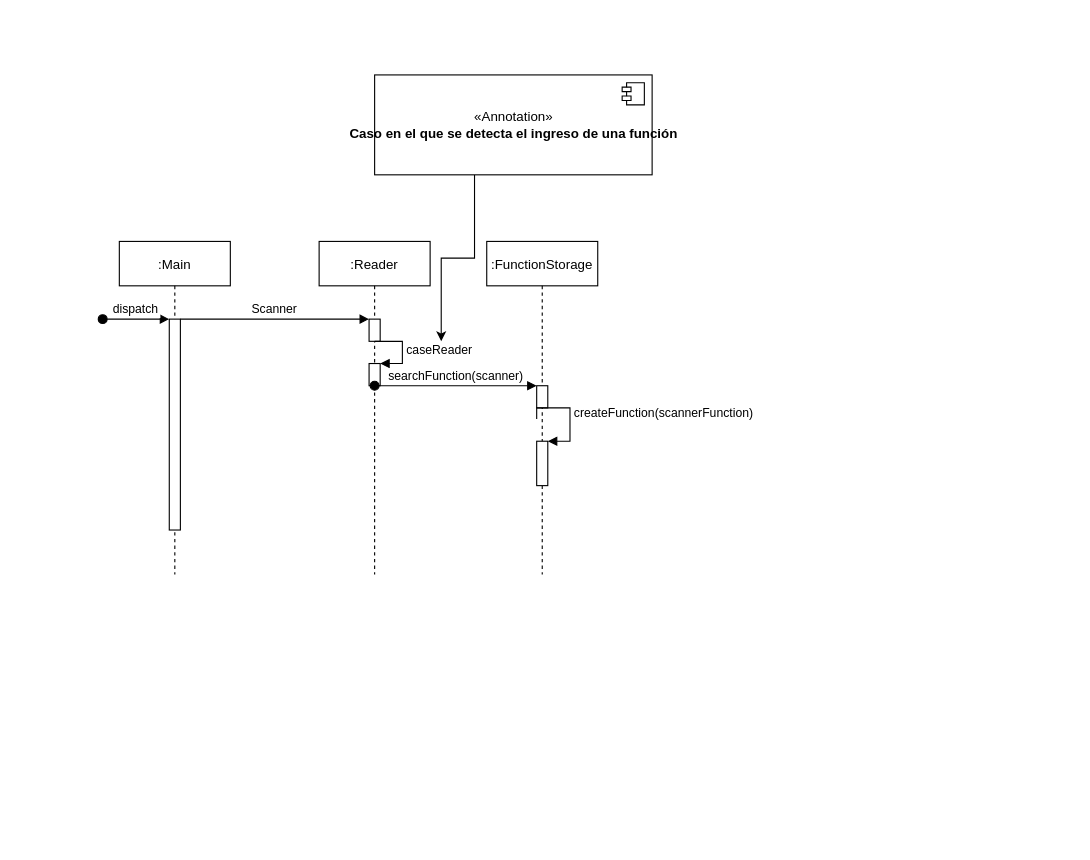
This is SequenceDiagram.drawio from DiggsPapu/Proyect1_Lisp_Interpreter, a draw.io file, before an edit. Source tidied: cells renumbered, new cells numbered last; positions are measured from the earlier drawing's top-left corner, leaving out a move shared by most shapes. Both pictures are drawn from the tidied source at 111%, with x=0, y=0 at pixel (102, 74).
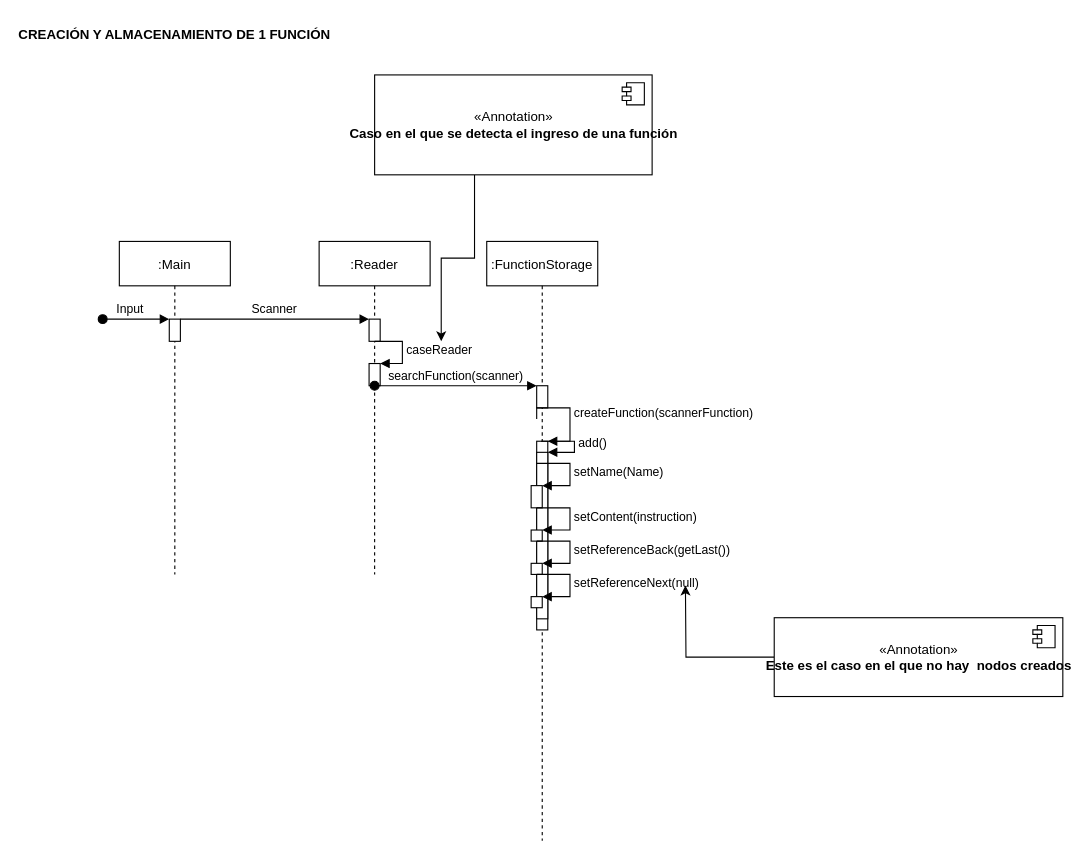
The same diagram, later.

Unchanged cells that the change refers to:
```xml
<mxCell id="2" value=":Main" style="shape=umlLifeline;perimeter=lifelinePerimeter;rounded=0;shadow=0;strokeWidth=1;" parent="1" vertex="1">
  <mxGeometry x="15" y="150" width="100" height="300" as="geometry" />
</mxCell>
```

Change to the diagram source:
```diff
@@
     <mxCell id="3" style="points=[];perimeter=orthogonalPerimeter;rounded=0;shadow=0;strokeWidth=1;" parent="2" vertex="1">
-      <mxGeometry x="45" y="70" width="10" height="190" as="geometry" />
+      <mxGeometry x="45" y="70" width="10" height="20" as="geometry" />
     </mxCell>
-    <mxCell id="4" value="dispatch" style="verticalAlign=bottom;startArrow=oval;endArrow=block;startSize=8;shadow=0;strokeWidth=1;" parent="2" edge="1" target="3">
-      <mxGeometry relative="1" as="geometry">
+    <mxCell id="4" value="Input" style="verticalAlign=bottom;startArrow=oval;endArrow=block;startSize=8;shadow=0;strokeWidth=1;" parent="2" edge="1" target="3">
+      <mxGeometry x="-0.17" relative="1" as="geometry">
         <mxPoint x="-15" y="70" as="sourcePoint" />
       </mxGeometry>
     </mxCell>
@@
     <mxCell id="10" value=":FunctionStorage" style="shape=umlLifeline;perimeter=lifelinePerimeter;rounded=0;shadow=0;strokeWidth=1;" parent="1" vertex="1">
-      <mxGeometry x="346" y="150" width="100" height="300" as="geometry" />
+      <mxGeometry x="346" y="150" width="100" height="540" as="geometry" />
     </mxCell>
+    <mxCell id="12" style="html=1;points=[];perimeter=orthogonalPerimeter;" parent="10" vertex="1">
+      <mxGeometry x="45" y="180" width="10" height="170" as="geometry" />
+    </mxCell>
+    <mxCell id="18" style="html=1;points=[];perimeter=orthogonalPerimeter;" parent="10" vertex="1">
+      <mxGeometry x="45" y="190" width="10" height="150" as="geometry" />
+    </mxCell>
@@
-    <mxCell id="12" style="html=1;points=[];perimeter=orthogonalPerimeter;" parent="10" vertex="1">
-      <mxGeometry x="45" y="180" width="10" height="40" as="geometry" />
-    </mxCell>
@@
+    <mxCell id="19" style="html=1;points=[];perimeter=orthogonalPerimeter;" parent="10" vertex="1">
+      <mxGeometry x="40" y="220" width="10" height="20" as="geometry" />
+    </mxCell>
+    <mxCell id="20" value="setName(Name)" style="edgeStyle=orthogonalEdgeStyle;html=1;align=left;spacingLeft=2;endArrow=block;rounded=0;entryX=1;entryY=0;" parent="10" edge="1" target="19">
+      <mxGeometry relative="1" as="geometry">
+        <mxPoint x="45" y="200" as="sourcePoint" />
+        <Array as="points">
+          <mxPoint x="75" y="200" />
+        </Array>
+      </mxGeometry>
+    </mxCell>
+    <mxCell id="21" style="html=1;points=[];perimeter=orthogonalPerimeter;" parent="10" vertex="1">
+      <mxGeometry x="40" y="260" width="10" height="10" as="geometry" />
+    </mxCell>
+    <mxCell id="22" value="setContent(instruction)" style="edgeStyle=orthogonalEdgeStyle;html=1;align=left;spacingLeft=2;endArrow=block;rounded=0;entryX=1;entryY=0;" parent="10" edge="1" target="21">
+      <mxGeometry relative="1" as="geometry">
+        <mxPoint x="45" y="240" as="sourcePoint" />
+        <Array as="points">
+          <mxPoint x="75" y="240" />
+        </Array>
+      </mxGeometry>
+    </mxCell>
+    <mxCell id="23" style="html=1;points=[];perimeter=orthogonalPerimeter;" parent="10" vertex="1">
+      <mxGeometry x="40" y="290" width="10" height="10" as="geometry" />
+    </mxCell>
+    <mxCell id="24" value="setReferenceBack(getLast())" style="edgeStyle=orthogonalEdgeStyle;html=1;align=left;spacingLeft=2;endArrow=block;rounded=0;entryX=1;entryY=0;" parent="10" edge="1" target="23">
+      <mxGeometry relative="1" as="geometry">
+        <mxPoint x="45" y="270" as="sourcePoint" />
+        <Array as="points">
+          <mxPoint x="75" y="270" />
+        </Array>
+      </mxGeometry>
+    </mxCell>
+    <mxCell id="25" style="html=1;points=[];perimeter=orthogonalPerimeter;" parent="10" vertex="1">
+      <mxGeometry x="40" y="320" width="10" height="10" as="geometry" />
+    </mxCell>
+    <mxCell id="26" value="setReferenceNext(null)" style="edgeStyle=orthogonalEdgeStyle;html=1;align=left;spacingLeft=2;endArrow=block;rounded=0;entryX=1;entryY=0;" parent="10" edge="1" target="25">
+      <mxGeometry relative="1" as="geometry">
+        <mxPoint x="45" y="300" as="sourcePoint" />
+        <Array as="points">
+          <mxPoint x="75" y="300" />
+        </Array>
+      </mxGeometry>
+    </mxCell>
@@
+    <mxCell id="27" value="add()" style="edgeStyle=orthogonalEdgeStyle;html=1;align=left;spacingLeft=2;endArrow=block;rounded=0;entryX=1;entryY=0;" parent="1" edge="1" target="18">
+      <mxGeometry relative="1" as="geometry">
+        <mxPoint x="395" y="330" as="sourcePoint" />
+        <Array as="points">
+          <mxPoint x="425" y="330" />
+          <mxPoint x="425" y="340" />
+        </Array>
+      </mxGeometry>
+    </mxCell>
+    <mxCell id="28" style="edgeStyle=orthogonalEdgeStyle;rounded=0;jettySize=auto;html=1;" parent="1" edge="1" source="29">
+      <mxGeometry relative="1" as="geometry">
+        <mxPoint x="525" y="460" as="targetPoint" />
+      </mxGeometry>
+    </mxCell>
+    <mxCell id="29" value="«Annotation»&lt;br&gt;&lt;b&gt;Este es el caso en el que no hay&amp;nbsp; nodos creados&lt;/b&gt;" style="html=1;" parent="1" vertex="1">
+      <mxGeometry x="605" y="489" width="260" height="71" as="geometry" />
+    </mxCell>
+    <mxCell id="30" style="shape=module;jettyWidth=8;jettyHeight=4;" parent="29" vertex="1">
+      <mxGeometry x="1" width="20" height="20" relative="1" as="geometry">
+        <mxPoint x="-27" y="7" as="offset" />
+      </mxGeometry>
+    </mxCell>
+    <mxCell id="31" value="CREACIÓN Y ALMACENAMIENTO DE 1 FUNCIÓN" style="text;align=center;fontStyle=1;verticalAlign=middle;spacingLeft=3;spacingRight=3;strokeColor=none;" parent="1" vertex="1">
+      <mxGeometry x="-75" y="-50" width="280" height="26" as="geometry" />
+    </mxCell>
```
